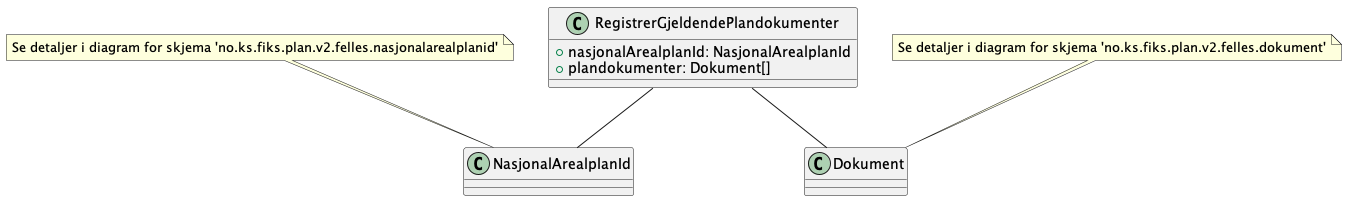
The PlantUML diagram Dokumentasjon/V2/ClassDiagrams/no.ks.fiks.plan.v2.oppdatering.gjeldendeplandokumenter.registrer/gjeldendeplandokumenter-registrer.png in ks-no/fiks-plan-specification, before a commit.
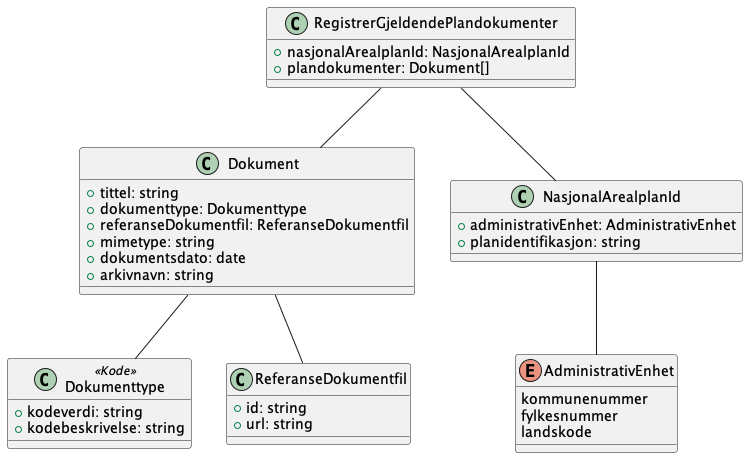
Later version of the same file.

Change to the diagram source:
```diff
@@ -1,4 +1,6 @@
 @startuml
+!include ./../no.ks.fiks.plan.v2.felles.dokument/dokument.pu
+!include ./../no.ks.fiks.plan.v2.felles.nasjonalarealplanid/nasjonalarealplanid.pu
 
 class RegistrerGjeldendePlandokumenter {
     +nasjonalArealplanId: NasjonalArealplanId
@@ -8,7 +10,4 @@
 RegistrerGjeldendePlandokumenter -- NasjonalArealplanId
 RegistrerGjeldendePlandokumenter -- Dokument
 
-note top of NasjonalArealplanId : Se detaljer i diagram for skjema 'no.ks.fiks.plan.v2.felles.nasjonalarealplanid'
-note top of Dokument : Se detaljer i diagram for skjema 'no.ks.fiks.plan.v2.felles.dokument'
-
 @enduml
```
